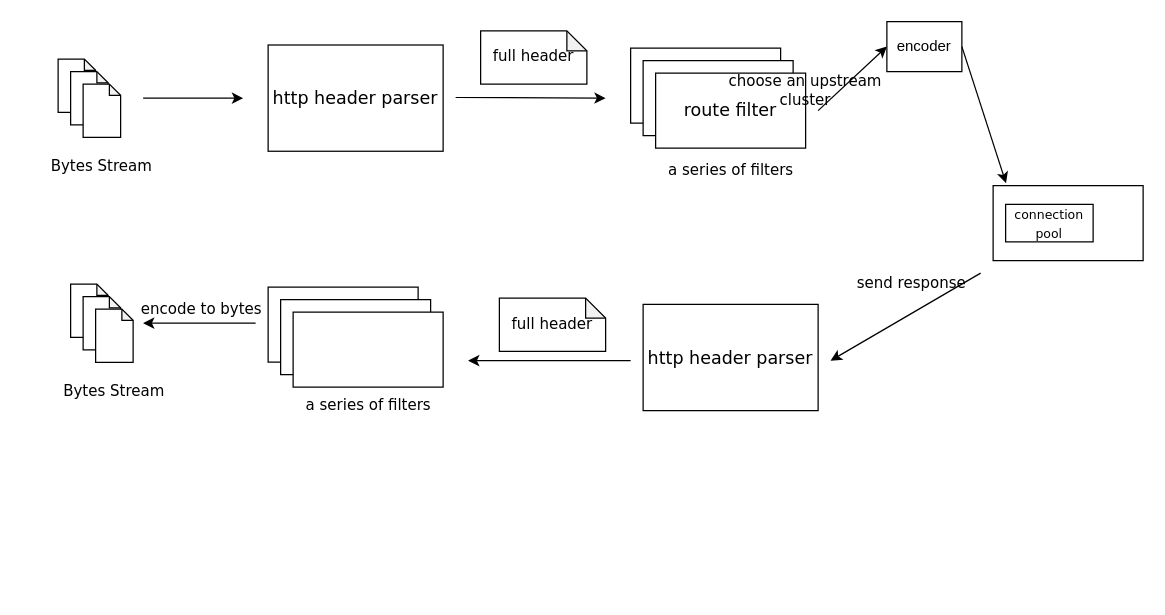
This is graph/envoy_http_flowchart.drawio from aliceziyun/meshtrek, a draw.io file, before an edit. Source tidied: cells renumbered, new cells numbered last; positions are measured from the earlier drawing's top-left corner, leaving out a move shared by most shapes. Both pictures are drawn from the tidied source at 125%, with x=0, y=0 at pixel (45, 21).
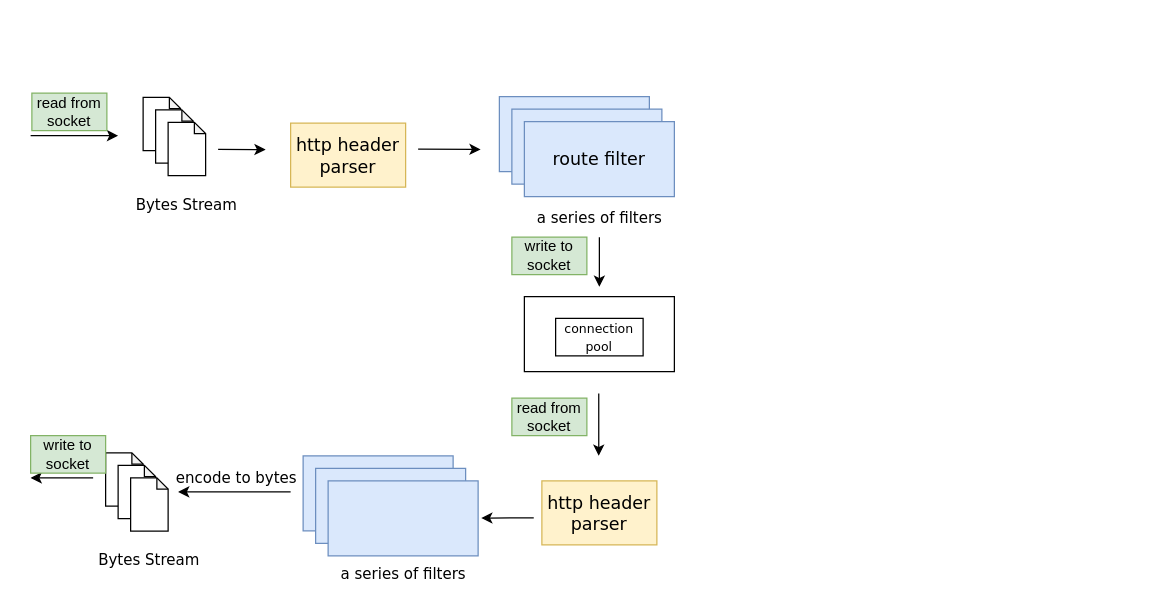
The same diagram, later.

What changed in the source:
```diff
@@
     <mxCell id="2" style="endArrow=classic;html=1;" parent="1" edge="1">
       <mxGeometry relative="1" as="geometry">
-        <mxPoint x="78" y="61" as="sourcePoint" />
-        <mxPoint x="158" y="61" as="targetPoint" />
+        <mxPoint x="138" y="102" as="sourcePoint" />
+        <mxPoint x="176" y="102.2" as="targetPoint" />
       </mxGeometry>
     </mxCell>
-    <mxCell id="3" value="&lt;font face=&quot;Verdana&quot; style=&quot;font-size: 14px;&quot;&gt;http header parser&lt;/font&gt;" style="rounded=0;whiteSpace=wrap;html=1;" parent="1" vertex="1">
-      <mxGeometry x="178" y="18.5" width="140" height="85" as="geometry" />
+    <mxCell id="3" value="&lt;font face=&quot;Verdana&quot; style=&quot;font-size: 14px;&quot;&gt;http header parser&lt;/font&gt;" style="rounded=0;whiteSpace=wrap;html=1;fillColor=#fff2cc;strokeColor=#d6b656;" parent="1" vertex="1">
+      <mxGeometry x="196" y="81" width="92" height="51.2" as="geometry" />
     </mxCell>
     <mxCell id="4" value="&lt;font face=&quot;Verdana&quot;&gt;Bytes Stream&lt;/font&gt;" style="text;html=1;align=center;verticalAlign=middle;whiteSpace=wrap;rounded=0;" parent="1" vertex="1">
-      <mxGeometry y="101" width="90" height="30" as="geometry" />
+      <mxGeometry x="68" y="131.6" width="90" height="30" as="geometry" />
     </mxCell>
     <mxCell id="5" style="endArrow=classic;html=1;" parent="1" edge="1">
       <mxGeometry relative="1" as="geometry">
-        <mxPoint x="328" y="60.5" as="sourcePoint" />
-        <mxPoint x="448" y="61" as="targetPoint" />
+        <mxPoint x="298" y="101.8" as="sourcePoint" />
+        <mxPoint x="348" y="102" as="targetPoint" />
       </mxGeometry>
     </mxCell>
     <mxCell id="6" style="shape=note;whiteSpace=wrap;html=1;backgroundOutline=1;darkOpacity=0.05;size=9;" parent="1" vertex="1">
-      <mxGeometry x="10" y="29.8" width="30" height="42.5" as="geometry" />
+      <mxGeometry x="78" y="60.4" width="30" height="42.5" as="geometry" />
     </mxCell>
     <mxCell id="7" style="shape=note;whiteSpace=wrap;html=1;backgroundOutline=1;darkOpacity=0.05;size=9;" parent="1" vertex="1">
-      <mxGeometry x="20" y="39.8" width="30" height="42.5" as="geometry" />
+      <mxGeometry x="88" y="70.4" width="30" height="42.5" as="geometry" />
     </mxCell>
     <mxCell id="8" style="shape=note;whiteSpace=wrap;html=1;backgroundOutline=1;darkOpacity=0.05;size=9;" parent="1" vertex="1">
-      <mxGeometry x="30" y="49.8" width="30" height="42.5" as="geometry" />
+      <mxGeometry x="98" y="80.4" width="30" height="42.5" as="geometry" />
     </mxCell>
-    <mxCell id="9" value="&lt;font face=&quot;Verdana&quot;&gt;full header&lt;/font&gt;" style="shape=note;whiteSpace=wrap;html=1;backgroundOutline=1;darkOpacity=0.05;size=16;" parent="1" vertex="1">
-      <mxGeometry x="348" y="7.2" width="85" height="42.5" as="geometry" />
-    </mxCell>
-    <mxCell id="10" style="rounded=0;whiteSpace=wrap;html=1;" parent="1" vertex="1">
-      <mxGeometry x="468" y="21" width="120" height="60" as="geometry" />
+    <mxCell id="10" style="rounded=0;whiteSpace=wrap;html=1;fillColor=#dae8fc;strokeColor=#6c8ebf;" parent="1" vertex="1">
+      <mxGeometry x="363" y="59.8" width="120" height="60" as="geometry" />
     </mxCell>
-    <mxCell id="11" style="rounded=0;whiteSpace=wrap;html=1;" parent="1" vertex="1">
-      <mxGeometry x="478" y="31" width="120" height="60" as="geometry" />
+    <mxCell id="11" style="rounded=0;whiteSpace=wrap;html=1;fillColor=#dae8fc;strokeColor=#6c8ebf;" parent="1" vertex="1">
+      <mxGeometry x="373" y="69.8" width="120" height="60" as="geometry" />
     </mxCell>
-    <mxCell id="12" value="&lt;font style=&quot;font-size: 14px;&quot; face=&quot;Verdana&quot;&gt;route filter&lt;/font&gt;" style="rounded=0;whiteSpace=wrap;html=1;" parent="1" vertex="1">
-      <mxGeometry x="488" y="41" width="120" height="60" as="geometry" />
+    <mxCell id="12" value="&lt;font style=&quot;font-size: 14px;&quot; face=&quot;Verdana&quot;&gt;route filter&lt;/font&gt;" style="rounded=0;whiteSpace=wrap;html=1;fillColor=#dae8fc;strokeColor=#6c8ebf;" parent="1" vertex="1">
+      <mxGeometry x="383" y="79.8" width="120" height="60" as="geometry" />
     </mxCell>
     <mxCell id="13" value="&lt;font face=&quot;Verdana&quot;&gt;a series of filters&lt;/font&gt;" style="text;html=1;align=center;verticalAlign=middle;whiteSpace=wrap;rounded=0;" parent="1" vertex="1">
-      <mxGeometry x="495.5" y="103.5" width="105" height="30" as="geometry" />
+      <mxGeometry x="390.5" y="142.2" width="105" height="30" as="geometry" />
     </mxCell>
-    <mxCell id="14" style="endArrow=classic;html=1;entryX=0;entryY=0.5;entryDx=0;entryDy=0;" parent="1" edge="1" target="33">
+    <mxCell id="14" style="endArrow=classic;html=1;exitX=0.5;exitY=1;exitDx=0;exitDy=0;" parent="1" edge="1" source="13">
       <mxGeometry relative="1" as="geometry">
-        <mxPoint x="618" y="71" as="sourcePoint" />
+        <mxPoint x="443" y="212" as="targetPoint" />
       </mxGeometry>
     </mxCell>
     <mxCell id="15" style="rounded=0;whiteSpace=wrap;html=1;" parent="1" vertex="1">
-      <mxGeometry x="758" y="131" width="120" height="60" as="geometry" />
+      <mxGeometry x="383" y="219.8" width="120" height="60" as="geometry" />
     </mxCell>
-    <mxCell id="16" value="&lt;font face=&quot;Verdana&quot;&gt;choose an upstream cluster&lt;/font&gt;" style="text;html=1;align=center;verticalAlign=middle;whiteSpace=wrap;rounded=0;" parent="1" vertex="1">
-      <mxGeometry x="543" y="37.2" width="130" height="35" as="geometry" />
-    </mxCell>
     <mxCell id="17" value="&lt;font style=&quot;font-size: 10px;&quot; face=&quot;Verdana&quot;&gt;connection pool&lt;/font&gt;" style="rounded=0;whiteSpace=wrap;html=1;" parent="1" vertex="1">
-      <mxGeometry x="768" y="146" width="70" height="30" as="geometry" />
+      <mxGeometry x="408" y="237.2" width="70" height="30" as="geometry" />
     </mxCell>
-    <mxCell id="18" style="endArrow=classic;html=1;" parent="1" edge="1">
-      <mxGeometry relative="1" as="geometry">
-        <mxPoint x="748" y="201" as="sourcePoint" />
-        <mxPoint x="628" y="271" as="targetPoint" />
-      </mxGeometry>
-    </mxCell>
-    <mxCell id="19" value="&lt;font face=&quot;Verdana&quot;&gt;send response&lt;/font&gt;" style="text;html=1;align=center;verticalAlign=middle;whiteSpace=wrap;rounded=0;" parent="1" vertex="1">
-      <mxGeometry x="628" y="191" width="130" height="35" as="geometry" />
-    </mxCell>
-    <mxCell id="20" value="&lt;font face=&quot;Verdana&quot; style=&quot;font-size: 14px;&quot;&gt;http header parser&lt;/font&gt;" style="rounded=0;whiteSpace=wrap;html=1;" parent="1" vertex="1">
-      <mxGeometry x="478" y="226" width="140" height="85" as="geometry" />
-    </mxCell>
     <mxCell id="21" style="endArrow=classic;html=1;" parent="1" edge="1">
       <mxGeometry relative="1" as="geometry">
-        <mxPoint x="468" y="271" as="sourcePoint" />
-        <mxPoint x="338" y="271" as="targetPoint" />
+        <mxPoint x="390.5" y="396.8" as="sourcePoint" />
+        <mxPoint x="348.5" y="397" as="targetPoint" />
       </mxGeometry>
     </mxCell>
-    <mxCell id="22" value="&lt;font face=&quot;Verdana&quot;&gt;full header&lt;/font&gt;" style="shape=note;whiteSpace=wrap;html=1;backgroundOutline=1;darkOpacity=0.05;size=16;" parent="1" vertex="1">
-      <mxGeometry x="363" y="221" width="85" height="42.5" as="geometry" />
-    </mxCell>
-    <mxCell id="23" style="rounded=0;whiteSpace=wrap;html=1;" parent="1" vertex="1">
-      <mxGeometry x="178" y="212.2" width="120" height="60" as="geometry" />
+    <mxCell id="23" style="rounded=0;whiteSpace=wrap;html=1;fillColor=#dae8fc;strokeColor=#6c8ebf;" parent="1" vertex="1">
+      <mxGeometry x="206" y="347.2" width="120" height="60" as="geometry" />
     </mxCell>
-    <mxCell id="24" style="rounded=0;whiteSpace=wrap;html=1;" parent="1" vertex="1">
-      <mxGeometry x="188" y="222.2" width="120" height="60" as="geometry" />
+    <mxCell id="24" style="rounded=0;whiteSpace=wrap;html=1;fillColor=#dae8fc;strokeColor=#6c8ebf;" parent="1" vertex="1">
+      <mxGeometry x="216" y="357.2" width="120" height="60" as="geometry" />
     </mxCell>
-    <mxCell id="25" style="rounded=0;whiteSpace=wrap;html=1;" parent="1" vertex="1">
-      <mxGeometry x="198" y="232.2" width="120" height="60" as="geometry" />
+    <mxCell id="25" style="rounded=0;whiteSpace=wrap;html=1;fillColor=#dae8fc;strokeColor=#6c8ebf;" parent="1" vertex="1">
+      <mxGeometry x="226" y="367.2" width="120" height="60" as="geometry" />
     </mxCell>
     <mxCell id="26" value="&lt;font face=&quot;Verdana&quot;&gt;a series of filters&lt;/font&gt;" style="text;html=1;align=center;verticalAlign=middle;whiteSpace=wrap;rounded=0;" parent="1" vertex="1">
-      <mxGeometry x="205.5" y="292.2" width="105" height="30" as="geometry" />
+      <mxGeometry x="233.5" y="427.2" width="105" height="30" as="geometry" />
     </mxCell>
     <mxCell id="27" style="endArrow=classic;html=1;" parent="1" edge="1">
       <mxGeometry relative="1" as="geometry">
-        <mxPoint x="168" y="241" as="sourcePoint" />
-        <mxPoint x="78" y="241" as="targetPoint" />
+        <mxPoint x="196" y="376" as="sourcePoint" />
+        <mxPoint x="106" y="376" as="targetPoint" />
       </mxGeometry>
     </mxCell>
     <mxCell id="28" value="&lt;font face=&quot;Verdana&quot;&gt;encode to bytes&lt;/font&gt;" style="text;html=1;align=center;verticalAlign=middle;whiteSpace=wrap;rounded=0;" parent="1" vertex="1">
-      <mxGeometry x="60" y="212.2" width="130" height="35" as="geometry" />
+      <mxGeometry x="88" y="347.2" width="130" height="35" as="geometry" />
     </mxCell>
     <mxCell id="29" value="&lt;font face=&quot;Verdana&quot;&gt;Bytes Stream&lt;/font&gt;" style="text;html=1;align=center;verticalAlign=middle;whiteSpace=wrap;rounded=0;" parent="1" vertex="1">
-      <mxGeometry x="10" y="281" width="90" height="30" as="geometry" />
+      <mxGeometry x="38" y="416" width="90" height="30" as="geometry" />
     </mxCell>
     <mxCell id="30" style="shape=note;whiteSpace=wrap;html=1;backgroundOutline=1;darkOpacity=0.05;size=9;" parent="1" vertex="1">
-      <mxGeometry x="20" y="209.8" width="30" height="42.5" as="geometry" />
+      <mxGeometry x="48" y="344.8" width="30" height="42.5" as="geometry" />
     </mxCell>
     <mxCell id="31" style="shape=note;whiteSpace=wrap;html=1;backgroundOutline=1;darkOpacity=0.05;size=9;" parent="1" vertex="1">
-      <mxGeometry x="30" y="219.8" width="30" height="42.5" as="geometry" />
+      <mxGeometry x="58" y="354.8" width="30" height="42.5" as="geometry" />
     </mxCell>
     <mxCell id="32" style="shape=note;whiteSpace=wrap;html=1;backgroundOutline=1;darkOpacity=0.05;size=9;" parent="1" vertex="1">
-      <mxGeometry x="40" y="229.8" width="30" height="42.5" as="geometry" />
+      <mxGeometry x="68" y="364.8" width="30" height="42.5" as="geometry" />
     </mxCell>
-    <mxCell id="33" value="encoder" style="rounded=0;whiteSpace=wrap;html=1;" parent="1" vertex="1">
-      <mxGeometry x="673" y="-0.2" width="60" height="40" as="geometry" />
-    </mxCell>
-    <mxCell id="34" style="endArrow=classic;html=1;exitX=1;exitY=0.5;exitDx=0;exitDy=0;entryX=0.086;entryY=-0.033;entryDx=0;entryDy=0;entryPerimeter=0;" parent="1" edge="1" source="33" target="15">
-      <mxGeometry relative="1" as="geometry" />
+    <mxCell id="34" style="endArrow=classic;html=1;" parent="1" edge="1">
+      <mxGeometry relative="1" as="geometry">
+        <mxPoint x="442.5" y="297.2" as="sourcePoint" />
+        <mxPoint x="442.5" y="347.2" as="targetPoint" />
+      </mxGeometry>
     </mxCell>
+    <mxCell id="20" value="&lt;font face=&quot;Verdana&quot; style=&quot;font-size: 14px;&quot;&gt;http header parser&lt;/font&gt;" style="rounded=0;whiteSpace=wrap;html=1;fillColor=#fff2cc;strokeColor=#d6b656;" parent="1" vertex="1">
+      <mxGeometry x="397" y="367.2" width="92" height="51.2" as="geometry" />
+    </mxCell>
+    <mxCell id="35" style="endArrow=classic;html=1;" parent="1" edge="1">
+      <mxGeometry relative="1" as="geometry">
+        <mxPoint x="-12" y="91" as="sourcePoint" />
+        <mxPoint x="58" y="91" as="targetPoint" />
+      </mxGeometry>
+    </mxCell>
+    <mxCell id="36" value="read from socket" style="text;html=1;align=center;verticalAlign=middle;whiteSpace=wrap;rounded=0;fillColor=#d5e8d4;strokeColor=#82b366;" parent="1" vertex="1">
+      <mxGeometry x="-11" y="57" width="60" height="30" as="geometry" />
+    </mxCell>
+    <mxCell id="37" style="endArrow=classic;html=1;" parent="1" edge="1">
+      <mxGeometry relative="1" as="geometry">
+        <mxPoint x="38" y="364.8" as="sourcePoint" />
+        <mxPoint x="-12" y="364.8" as="targetPoint" />
+      </mxGeometry>
+    </mxCell>
+    <mxCell id="38" value="write to socket" style="text;html=1;align=center;verticalAlign=middle;whiteSpace=wrap;rounded=0;fillColor=#d5e8d4;strokeColor=#82b366;" parent="1" vertex="1">
+      <mxGeometry x="-12" y="331" width="60" height="30" as="geometry" />
+    </mxCell>
+    <mxCell id="39" value="write to socket" style="text;html=1;align=center;verticalAlign=middle;whiteSpace=wrap;rounded=0;fillColor=#d5e8d4;strokeColor=#82b366;" parent="1" vertex="1">
+      <mxGeometry x="373" y="172.2" width="60" height="30" as="geometry" />
+    </mxCell>
+    <mxCell id="40" value="read from socket" style="text;html=1;align=center;verticalAlign=middle;whiteSpace=wrap;rounded=0;fillColor=#d5e8d4;strokeColor=#82b366;" parent="1" vertex="1">
+      <mxGeometry x="373" y="301" width="60" height="30" as="geometry" />
+    </mxCell>
```
